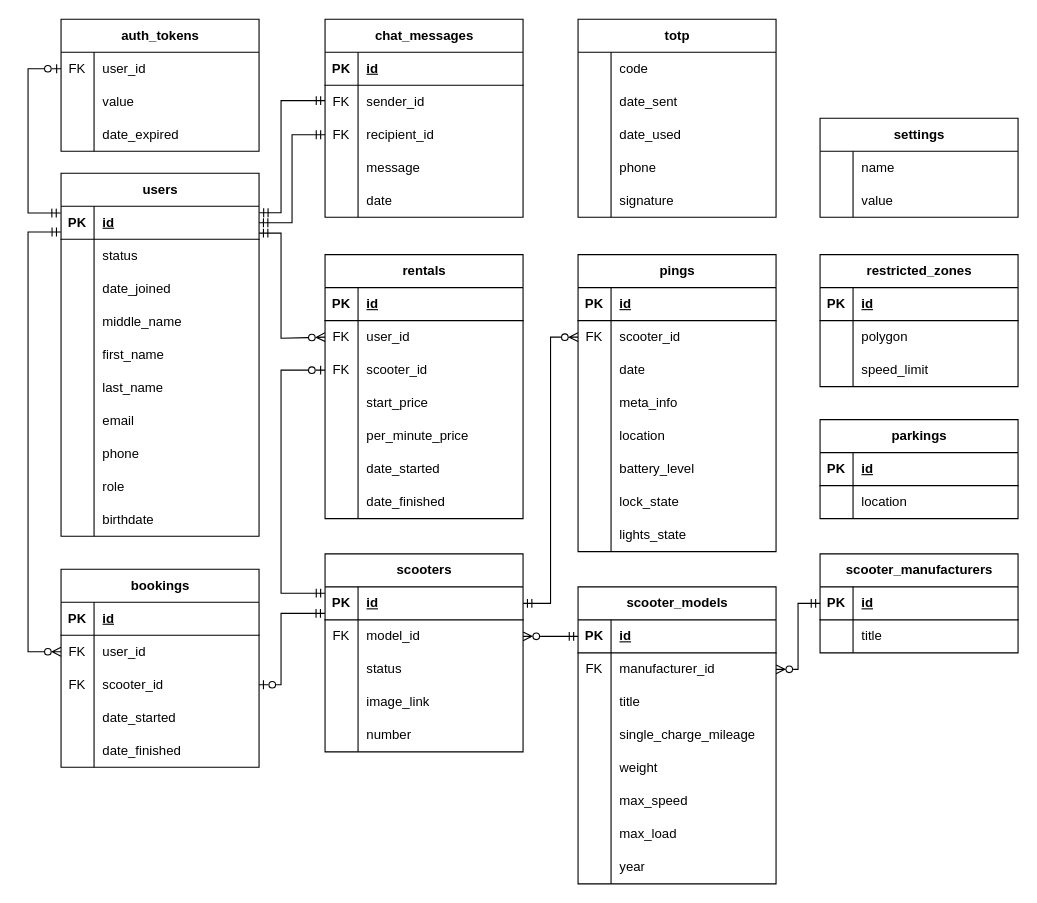
Before: docs/inc/img/db.drawio in matveycodes/bmstu-db-cw, a draw.io diagram. Source tidied: cells renumbered, new cells numbered last; positions are measured from the earlier drawing's top-left corner, leaving out a move shared by most shapes. Both pictures are drawn from the tidied source at 110%, with x=0, y=0 at pixel (28, 19).
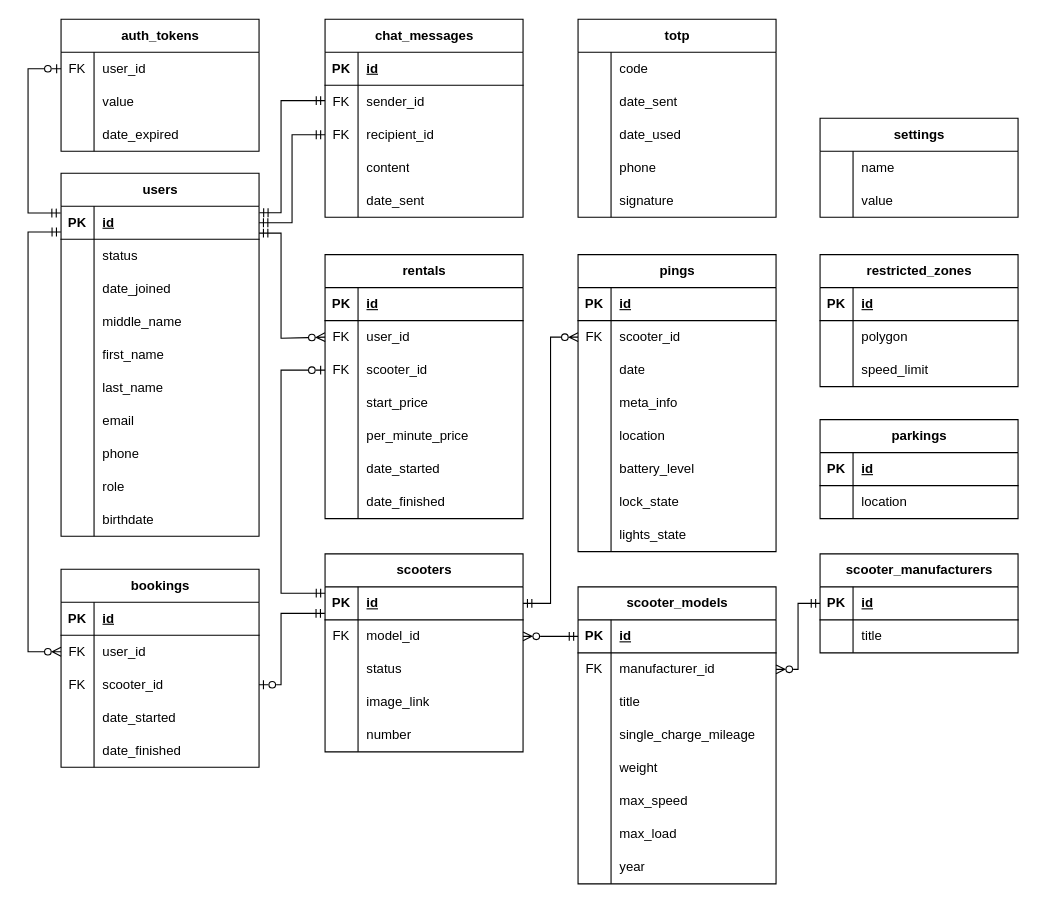
Above is the later version.

The change refers to these unchanged cells:
```xml
<mxCell id="183" style="shape=tableRow;horizontal=0;startSize=0;swimlaneHead=0;swimlaneBody=0;fillColor=none;top=0;left=0;right=0;bottom=0;" parent="173" vertex="1">
  <mxGeometry y="120" width="180" height="30" as="geometry" />
</mxCell>
<mxCell id="186" style="shape=tableRow;horizontal=0;startSize=0;swimlaneHead=0;swimlaneBody=0;fillColor=none;top=0;left=0;right=0;bottom=0;" parent="173" vertex="1">
  <mxGeometry y="150" width="180" height="30" as="geometry" />
</mxCell>
```

Diff of the diagram source:
```diff
@@
-    <mxCell id="185" value="message" style="shape=partialRectangle;fillColor=none;top=0;left=0;bottom=0;right=0;align=left;spacingLeft=6;overflow=hidden;whiteSpace=wrap;html=1;" parent="183" vertex="1">
+    <mxCell id="185" value="content" style="shape=partialRectangle;fillColor=none;top=0;left=0;bottom=0;right=0;align=left;spacingLeft=6;overflow=hidden;whiteSpace=wrap;html=1;" parent="183" vertex="1">
       <mxGeometry x="30" width="150" height="30" as="geometry" />
     </mxCell>
@@
-    <mxCell id="188" value="date" style="shape=partialRectangle;fillColor=none;top=0;left=0;bottom=0;right=0;align=left;spacingLeft=6;overflow=hidden;whiteSpace=wrap;html=1;" parent="186" vertex="1">
+    <mxCell id="188" value="date_sent" style="shape=partialRectangle;fillColor=none;top=0;left=0;bottom=0;right=0;align=left;spacingLeft=6;overflow=hidden;whiteSpace=wrap;html=1;" parent="186" vertex="1">
       <mxGeometry x="30" width="150" height="30" as="geometry" />
     </mxCell>
```
